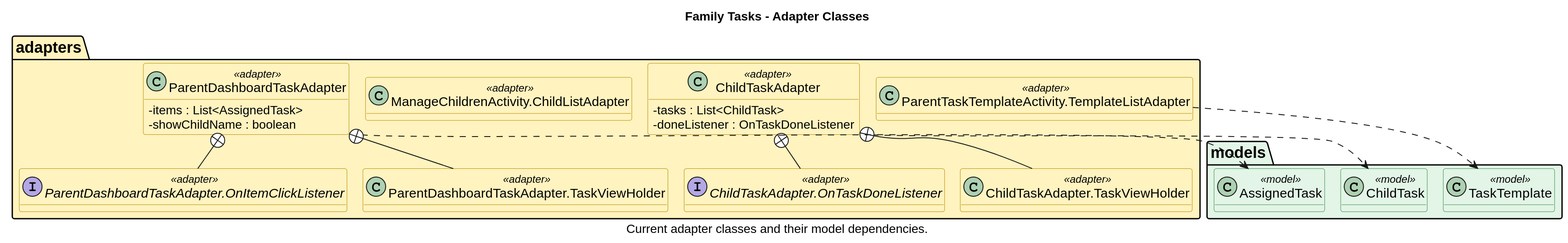
Above: docs/uml/images/family_tasks_adapters.svg in Roeip2000/Family_Tasks_Proj (PlantUML), before the change.
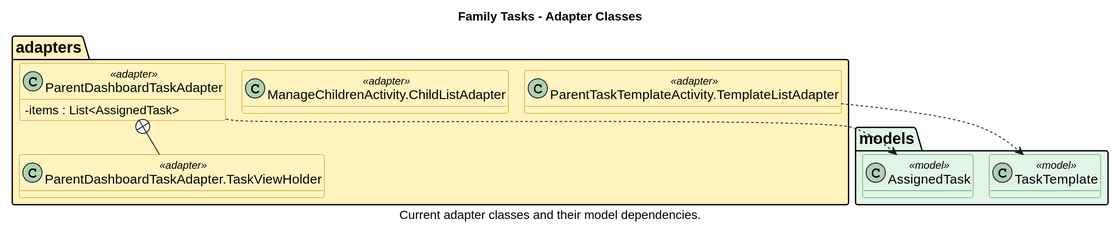
After the commit.

The edit, as a diff of the source:
```diff
@@ -17,33 +17,20 @@
 caption Current adapter classes and their model dependencies.
 
 package "adapters" #FFF3BF {
-class ChildTaskAdapter <<adapter>> {
-  - tasks : List<ChildTask>
-  - doneListener : OnTaskDoneListener
-}
-interface "ChildTaskAdapter.OnTaskDoneListener" as OnTaskDoneListener <<adapter>>
-class "ChildTaskAdapter.TaskViewHolder" as ChildTaskViewHolder <<adapter>>
 class ParentDashboardTaskAdapter <<adapter>> {
   - items : List<AssignedTask>
-  - showChildName : boolean
 }
-interface "ParentDashboardTaskAdapter.OnItemClickListener" as OnItemClickListener <<adapter>>
 class "ParentDashboardTaskAdapter.TaskViewHolder" as ParentTaskViewHolder <<adapter>>
 class "ManageChildrenActivity.ChildListAdapter" as ChildListAdapter <<adapter>>
 class "ParentTaskTemplateActivity.TemplateListAdapter" as TemplateListAdapter <<adapter>>
 }
 
 package "models" #E2F5E6 {
-class ChildTask <<model>>
 class AssignedTask <<model>>
 class TaskTemplate <<model>>
 }
 
-ChildTaskAdapter ..> ChildTask
-ChildTaskAdapter +-- OnTaskDoneListener
-ChildTaskAdapter +-- ChildTaskViewHolder
 ParentDashboardTaskAdapter ..> AssignedTask
-ParentDashboardTaskAdapter +-- OnItemClickListener
 ParentDashboardTaskAdapter +-- ParentTaskViewHolder
 TemplateListAdapter ..> TaskTemplate
 @enduml
```
